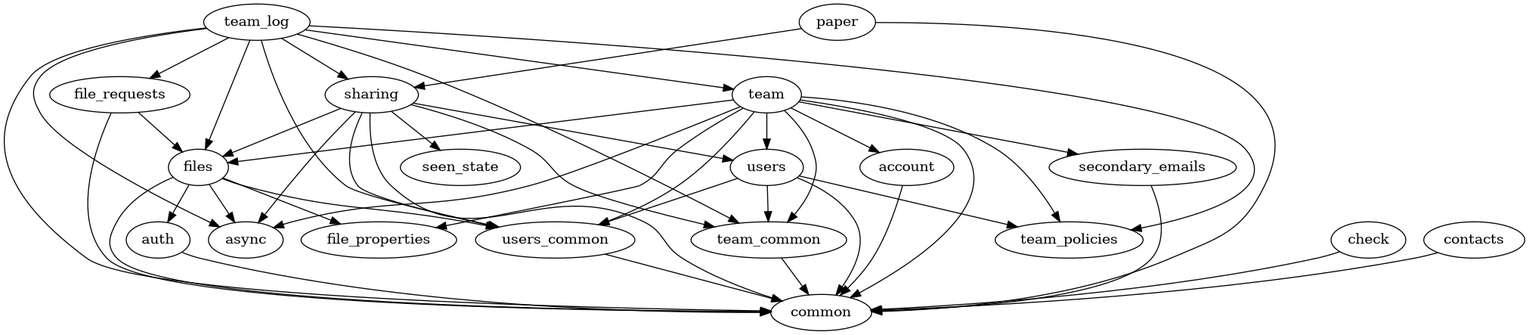
Above: namespaces.dot.png in dropbox/dropbox-sdk-rust (Graphviz), before the change. Its source is kept beside it as namespaces.dot.
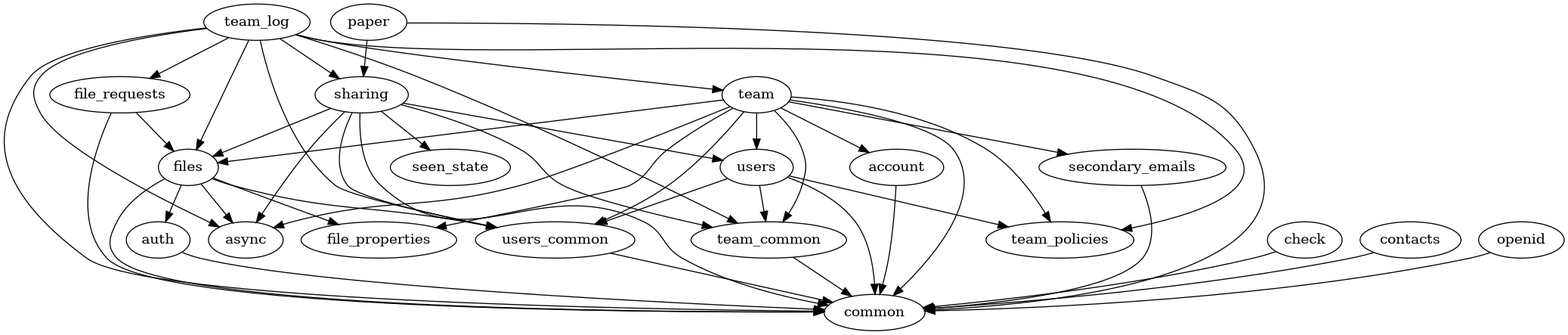
After the commit.

What changed in the source:
```diff
@@ -8,6 +8,7 @@
     file_properties;
     file_requests -> { common files };
     files -> { async auth common file_properties users_common };
+    openid -> { common };
     paper -> { common sharing };
     secondary_emails -> { common };
     seen_state;
```
